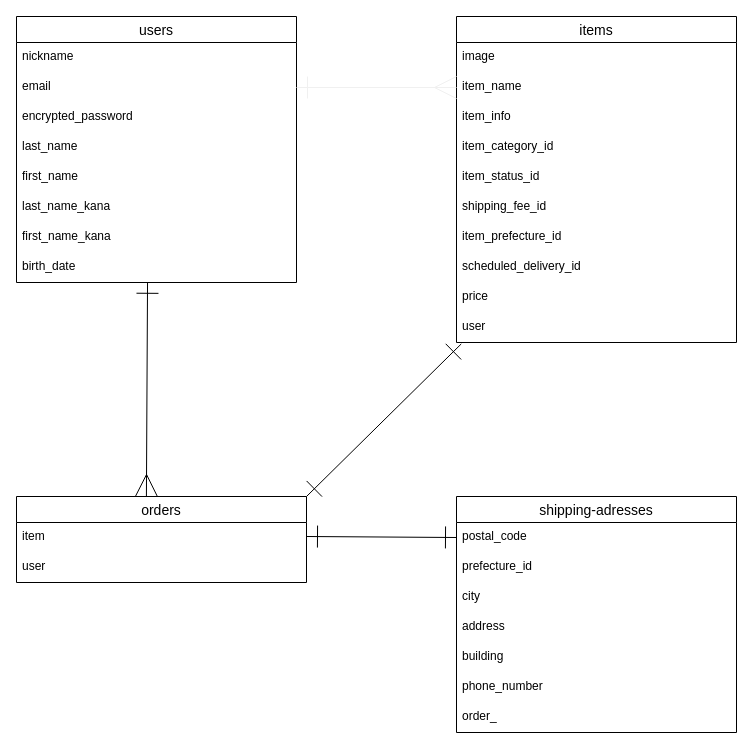
Above: er.dio in asmotk/furima-35045 (draw.io), before the change. Source tidied: cells renumbered, new cells numbered last; positions are measured from the earlier drawing's top-left corner, leaving out a move shared by most shapes. Both pictures are drawn from the tidied source at 100%, with x=0, y=0 at pixel (16, 16).
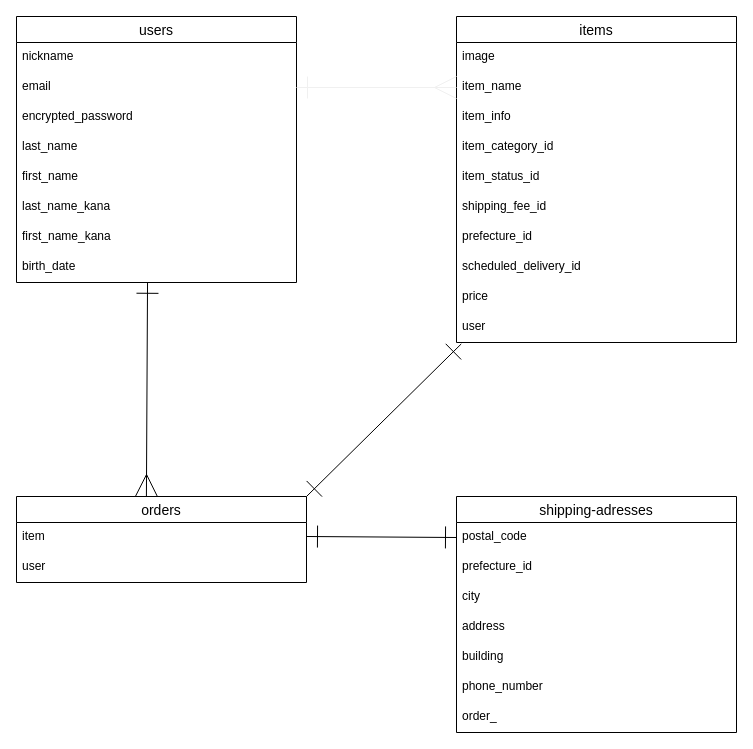
After the change.

Commit message (it also covers changes not shown here):
データベース設計の修正3

The change refers to these unchanged cells:
```xml
<mxCell id="11" value="items" style="swimlane;fontStyle=0;horizontal=1;startSize=26;align=center;fontSize=14;" parent="1" vertex="1">
  <mxGeometry x="440" width="280" height="326" as="geometry" />
</mxCell>
```

Diff of the diagram source:
```diff
@@
-    <mxCell id="18" value="item_prefecture_id" style="text;strokeColor=none;fillColor=none;spacingLeft=4;spacingRight=4;overflow=hidden;fontSize=12;" parent="11" vertex="1">
+    <mxCell id="18" value="prefecture_id" style="text;strokeColor=none;fillColor=none;spacingLeft=4;spacingRight=4;overflow=hidden;fontSize=12;" parent="11" vertex="1">
       <mxGeometry y="206" width="280" height="30" as="geometry" />
     </mxCell>
```
